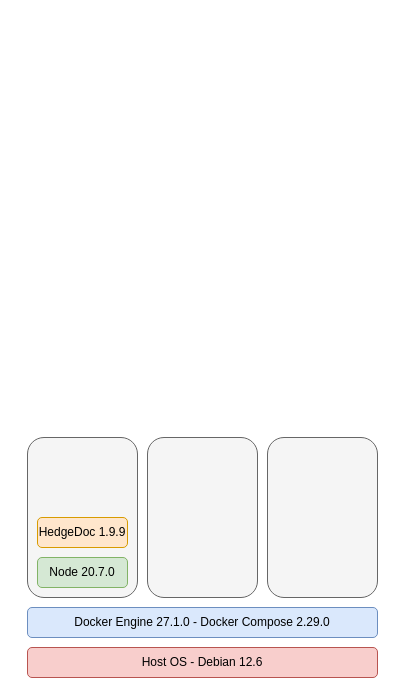
Earlier version of the draw.io diagram HedgeDoc.drawio (incognia/Cultura). Source tidied: cells renumbered, new cells numbered last; positions are measured from the earlier drawing's top-left corner, leaving out a move shared by most shapes. Both pictures are drawn from the tidied source at 100%, with x=0, y=0 at pixel (27, 437).
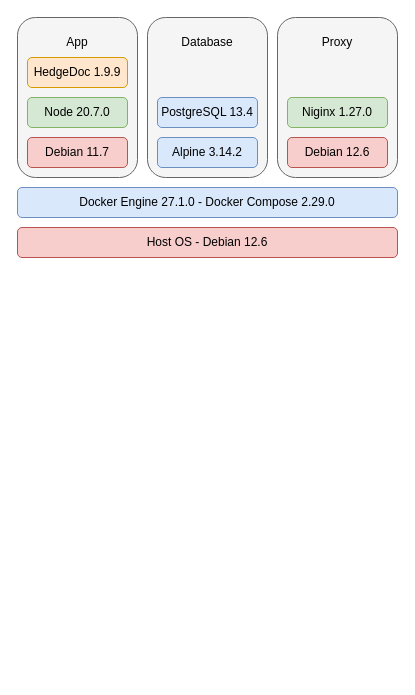
After the change.

What changed in the source:
```diff
@@
 <mxGraphModel>
   <root>
     <mxCell id="0" />
     <mxCell id="1" parent="0" />
     <mxCell id="2" value="Host OS - Debian 12.6" style="rounded=1;whiteSpace=wrap;html=1;fillColor=#f8cecc;strokeColor=#b85450;" parent="1" vertex="1">
-      <mxGeometry y="210" width="350" height="30" as="geometry" />
+      <mxGeometry x="-10" y="-210" width="380" height="30" as="geometry" />
     </mxCell>
     <mxCell id="3" value="D&lt;span style=&quot;background-color: initial;&quot;&gt;ocker Engine 27.1.0 - Docker Compose 2.29.0&lt;/span&gt;" style="rounded=1;whiteSpace=wrap;html=1;fillColor=#dae8fc;strokeColor=#6c8ebf;" parent="1" vertex="1">
-      <mxGeometry y="170" width="350" height="30" as="geometry" />
+      <mxGeometry x="-10" y="-250" width="380" height="30" as="geometry" />
     </mxCell>
     <mxCell id="4" style="rounded=1;whiteSpace=wrap;html=1;fillColor=#f5f5f5;fontColor=#333333;strokeColor=#666666;" parent="1" vertex="1">
-      <mxGeometry width="110" height="160" as="geometry" />
+      <mxGeometry x="-10" y="-420" width="120" height="160" as="geometry" />
     </mxCell>
     <mxCell id="5" style="rounded=1;whiteSpace=wrap;html=1;fillColor=#f5f5f5;fontColor=#333333;strokeColor=#666666;" parent="1" vertex="1">
-      <mxGeometry x="120" width="110" height="160" as="geometry" />
+      <mxGeometry x="120" y="-420" width="120" height="160" as="geometry" />
     </mxCell>
     <mxCell id="6" style="rounded=1;whiteSpace=wrap;html=1;fillColor=#f5f5f5;fontColor=#333333;strokeColor=#666666;" parent="1" vertex="1">
-      <mxGeometry x="240" width="110" height="160" as="geometry" />
+      <mxGeometry x="250" y="-420" width="120" height="160" as="geometry" />
     </mxCell>
     <mxCell id="7" value="Node 20.7.0" style="rounded=1;whiteSpace=wrap;html=1;fillColor=#d5e8d4;strokeColor=#82b366;" parent="1" vertex="1">
-      <mxGeometry x="10" y="120" width="90" height="30" as="geometry" />
+      <mxGeometry y="-340" width="100" height="30" as="geometry" />
     </mxCell>
     <mxCell id="8" value="HedgeDoc 1.9.9" style="rounded=1;whiteSpace=wrap;html=1;fillColor=#ffe6cc;strokeColor=#d79b00;" parent="1" vertex="1">
-      <mxGeometry x="10" y="80" width="90" height="30" as="geometry" />
+      <mxGeometry y="-380" width="100" height="30" as="geometry" />
     </mxCell>
+    <mxCell id="9" value="Debian 11.7" style="rounded=1;whiteSpace=wrap;html=1;fillColor=#f8cecc;strokeColor=#b85450;" parent="1" vertex="1">
+      <mxGeometry y="-300" width="100" height="30" as="geometry" />
+    </mxCell>
+    <mxCell id="10" value="Alpine 3.14.2" style="rounded=1;whiteSpace=wrap;html=1;fillColor=#dae8fc;strokeColor=#6c8ebf;" parent="1" vertex="1">
+      <mxGeometry x="130" y="-300" width="100" height="30" as="geometry" />
+    </mxCell>
+    <mxCell id="11" value="PostgreSQL 13.4" style="rounded=1;whiteSpace=wrap;html=1;fillColor=#dae8fc;strokeColor=#6c8ebf;" parent="1" vertex="1">
+      <mxGeometry x="130" y="-340" width="100" height="30" as="geometry" />
+    </mxCell>
+    <mxCell id="12" value="Niginx 1.27.0" style="rounded=1;whiteSpace=wrap;html=1;fillColor=#d5e8d4;strokeColor=#82b366;" parent="1" vertex="1">
+      <mxGeometry x="260" y="-340" width="100" height="30" as="geometry" />
+    </mxCell>
+    <mxCell id="13" value="Debian 12.6" style="rounded=1;whiteSpace=wrap;html=1;fillColor=#f8cecc;strokeColor=#b85450;" parent="1" vertex="1">
+      <mxGeometry x="260" y="-300" width="100" height="30" as="geometry" />
+    </mxCell>
+    <mxCell id="14" value="App" style="text;html=1;align=center;verticalAlign=middle;whiteSpace=wrap;rounded=0;" parent="1" vertex="1">
+      <mxGeometry x="20" y="-410" width="60" height="30" as="geometry" />
+    </mxCell>
+    <mxCell id="15" value="Database" style="text;html=1;align=center;verticalAlign=middle;whiteSpace=wrap;rounded=0;" parent="1" vertex="1">
+      <mxGeometry x="150" y="-410" width="60" height="30" as="geometry" />
+    </mxCell>
+    <mxCell id="16" value="Proxy" style="text;html=1;align=center;verticalAlign=middle;whiteSpace=wrap;rounded=0;" parent="1" vertex="1">
+      <mxGeometry x="280" y="-410" width="60" height="30" as="geometry" />
+    </mxCell>
   </root>
 </mxGraphModel>
```
